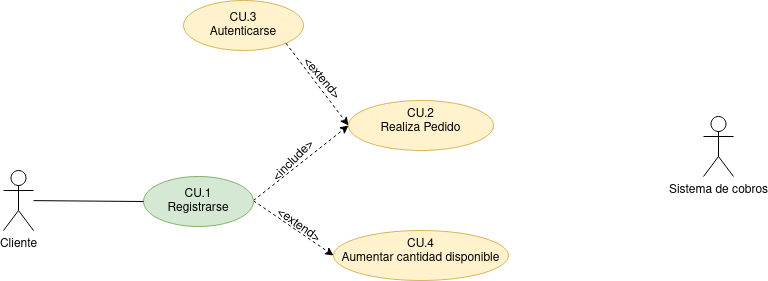
Earlier version of the draw.io export Tareas/casosUso/Tarea5-Tienda Virtual/TiendaVirtual.drawio.png (colidom/ets). Source tidied: cells renumbered, new cells last; positions are measured from the earlier drawing's top-left corner, leaving out a move shared by most shapes.
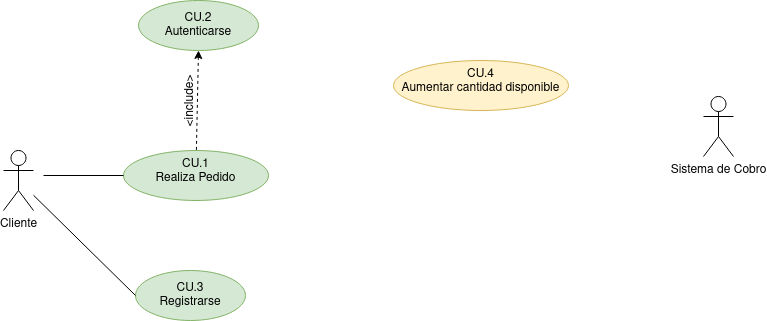
The same diagram one commit later.

What changed in the source:
```diff
@@ -7,43 +7,37 @@
         <mxPoint x="250" y="200" as="sourcePoint" />
       </mxGeometry>
     </mxCell>
-    <mxCell id="3" style="rounded=0;jettySize=auto;html=1;entryX=0;entryY=0.5;entryDx=0;entryDy=0;dashed=1;" parent="1" edge="1" target="5">
-      <mxGeometry relative="1" as="geometry">
-        <mxPoint x="250" y="200.3" as="sourcePoint" />
-      </mxGeometry>
-    </mxCell>
-    <mxCell id="4" value="&lt;div&gt;CU.2&lt;/div&gt;&lt;div&gt;Realiza Pedido&lt;/div&gt;" style="ellipse;whiteSpace=wrap;html=1;verticalAlign=top;fillColor=#fff2cc;strokeColor=#d6b656;" parent="1" vertex="1">
-      <mxGeometry x="345" y="100" width="145" height="50" as="geometry" />
+    <mxCell id="4" value="&lt;div&gt;CU.1&lt;/div&gt;&lt;div&gt;Realiza Pedido&lt;/div&gt;" style="ellipse;whiteSpace=wrap;html=1;verticalAlign=top;fillColor=#d5e8d4;strokeColor=#82b366;" parent="1" vertex="1">
+      <mxGeometry x="120" y="170" width="145" height="50" as="geometry" />
     </mxCell>
     <mxCell id="5" value="&lt;div&gt;CU.4&lt;/div&gt;&lt;div&gt;Aumentar cantidad disponible&lt;br&gt;&lt;/div&gt;" style="ellipse;whiteSpace=wrap;html=1;verticalAlign=top;fillColor=#fff2cc;strokeColor=#d6b656;" parent="1" vertex="1">
-      <mxGeometry x="330" y="230" width="175" height="50" as="geometry" />
+      <mxGeometry x="390" y="80" width="175" height="50" as="geometry" />
     </mxCell>
     <mxCell id="6" value="Cliente" style="shape=umlActor;verticalLabelPosition=bottom;verticalAlign=top;html=1;outlineConnect=0;" parent="1" vertex="1">
       <mxGeometry y="170" width="30" height="60" as="geometry" />
     </mxCell>
-    <mxCell id="7" value="&lt;div&gt;CU.1&lt;/div&gt;&lt;div&gt;Registrarse&lt;br&gt;&lt;/div&gt;" style="ellipse;whiteSpace=wrap;html=1;fillColor=#d5e8d4;strokeColor=#82b366;" parent="1" vertex="1">
-      <mxGeometry x="140" y="176" width="110" height="50" as="geometry" />
+    <mxCell id="7" value="&lt;div&gt;CU.3&lt;/div&gt;&lt;div&gt;Registrarse&lt;br&gt;&lt;/div&gt;" style="ellipse;whiteSpace=wrap;html=1;fillColor=#d5e8d4;strokeColor=#82b366;" parent="1" vertex="1">
+      <mxGeometry x="132" y="290" width="110" height="50" as="geometry" />
     </mxCell>
     <mxCell id="8" style="endArrow=none;html=1;rounded=0;entryX=0;entryY=0.5;entryDx=0;entryDy=0;endFill=0;" parent="1" edge="1" source="6" target="7">
       <mxGeometry relative="1" as="geometry" />
     </mxCell>
-    <mxCell id="9" value="&amp;lt;include&amp;gt;" style="text;html=1;align=center;verticalAlign=middle;strokeColor=none;fillColor=none;rotation=-45;" parent="1" vertex="1">
-      <mxGeometry x="250" y="146" width="80" height="30" as="geometry" />
+    <mxCell id="9" value="&amp;lt;include&amp;gt;" style="text;html=1;align=center;verticalAlign=middle;strokeColor=none;fillColor=none;rotation=-90;" parent="1" vertex="1">
+      <mxGeometry x="147" y="106" width="80" height="30" as="geometry" />
     </mxCell>
-    <mxCell id="10" value="Sistema de cobros" style="shape=umlActor;verticalLabelPosition=bottom;verticalAlign=top;html=1;" parent="1" vertex="1">
+    <mxCell id="10" value="Sistema de Cobro" style="shape=umlActor;verticalLabelPosition=bottom;verticalAlign=top;html=1;" parent="1" vertex="1">
       <mxGeometry x="700" y="116" width="30" height="60" as="geometry" />
     </mxCell>
-    <mxCell id="11" value="&lt;div&gt;CU.3&lt;/div&gt;&lt;div&gt;Autenticarse&lt;br&gt;&lt;/div&gt;" style="ellipse;whiteSpace=wrap;html=1;fillColor=#fff2cc;strokeColor=#d6b656;" parent="1" vertex="1">
-      <mxGeometry x="180" width="120" height="50" as="geometry" />
+    <mxCell id="11" value="&lt;div&gt;CU.2&lt;/div&gt;&lt;div&gt;Autenticarse&lt;br&gt;&lt;/div&gt;" style="ellipse;whiteSpace=wrap;html=1;fillColor=#d5e8d4;strokeColor=#82b366;" parent="1" vertex="1">
+      <mxGeometry x="135" y="20" width="120" height="50" as="geometry" />
     </mxCell>
-    <mxCell id="12" style="endArrow=classic;html=1;rounded=0;dashed=1;exitX=1;exitY=1;exitDx=0;exitDy=0;entryX=0;entryY=0.5;entryDx=0;entryDy=0;" parent="1" edge="1" source="11" target="4">
+    <mxCell id="12" style="endArrow=none;html=1;rounded=0;dashed=1;exitX=0.5;exitY=1;exitDx=0;exitDy=0;endFill=0;startArrow=classic;startFill=1;" parent="1" edge="1" source="11" target="4">
       <mxGeometry relative="1" as="geometry" />
     </mxCell>
-    <mxCell id="13" value="&amp;lt;extend&amp;gt;" style="text;html=1;align=center;verticalAlign=middle;strokeColor=none;fillColor=none;rotation=50;" parent="1" vertex="1">
-      <mxGeometry x="283" y="63" width="70" height="30" as="geometry" />
-    </mxCell>
-    <mxCell id="14" value="&amp;lt;extend&amp;gt;" style="text;html=1;align=center;verticalAlign=middle;strokeColor=none;fillColor=none;rotation=35;" parent="1" vertex="1">
-      <mxGeometry x="260" y="210" width="70" height="30" as="geometry" />
-    </mxCell>
+    <mxCell id="15" style="endArrow=none;html=1;rounded=0;entryX=0;entryY=0.5;entryDx=0;entryDy=0;endFill=0;" parent="1" edge="1" target="4">
+      <mxGeometry relative="1" as="geometry">
+        <mxPoint x="40" y="195" as="sourcePoint" />
+      </mxGeometry>
+    </mxCell>
   </root>
 </mxGraphModel>
```
